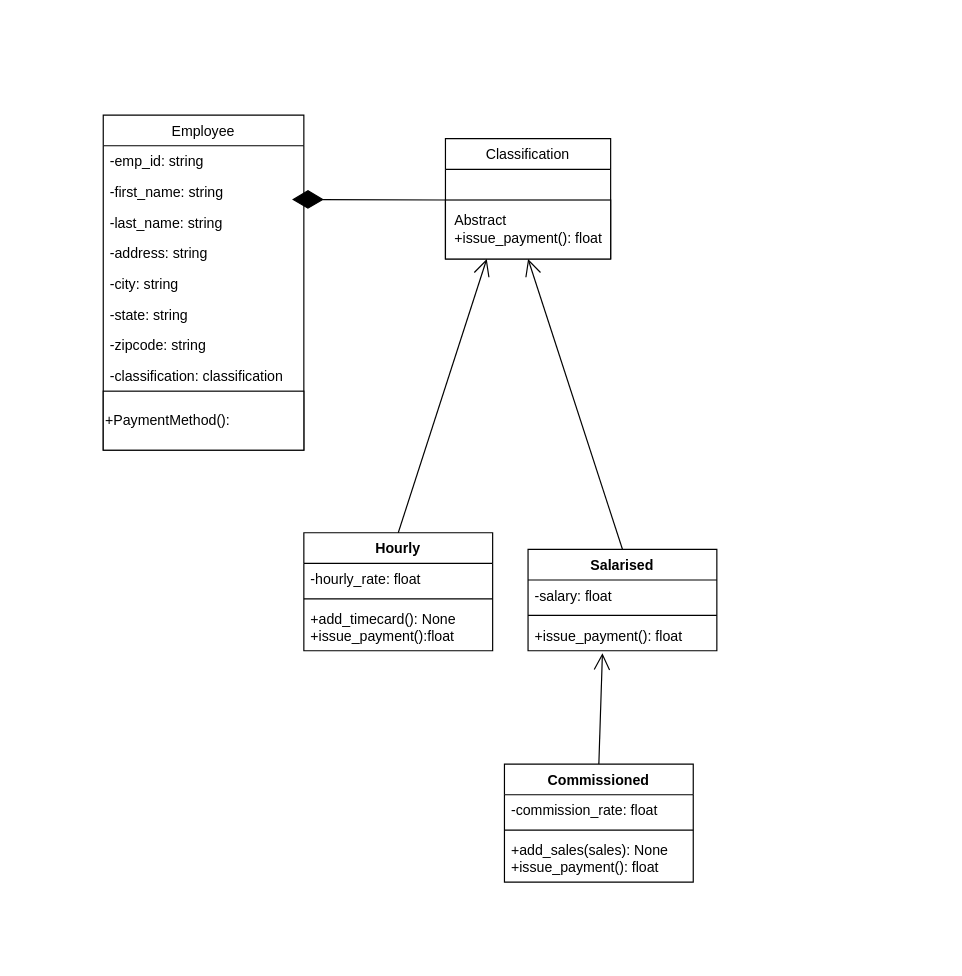
Before: Project5.drawio in ParkerThurston/CS1410, a draw.io diagram. Source tidied: cells renumbered, new cells numbered last; positions are measured from the earlier drawing's top-left corner, leaving out a move shared by most shapes. Both pictures are drawn from the tidied source at 118%, with x=0, y=0 at pixel (103, 114).
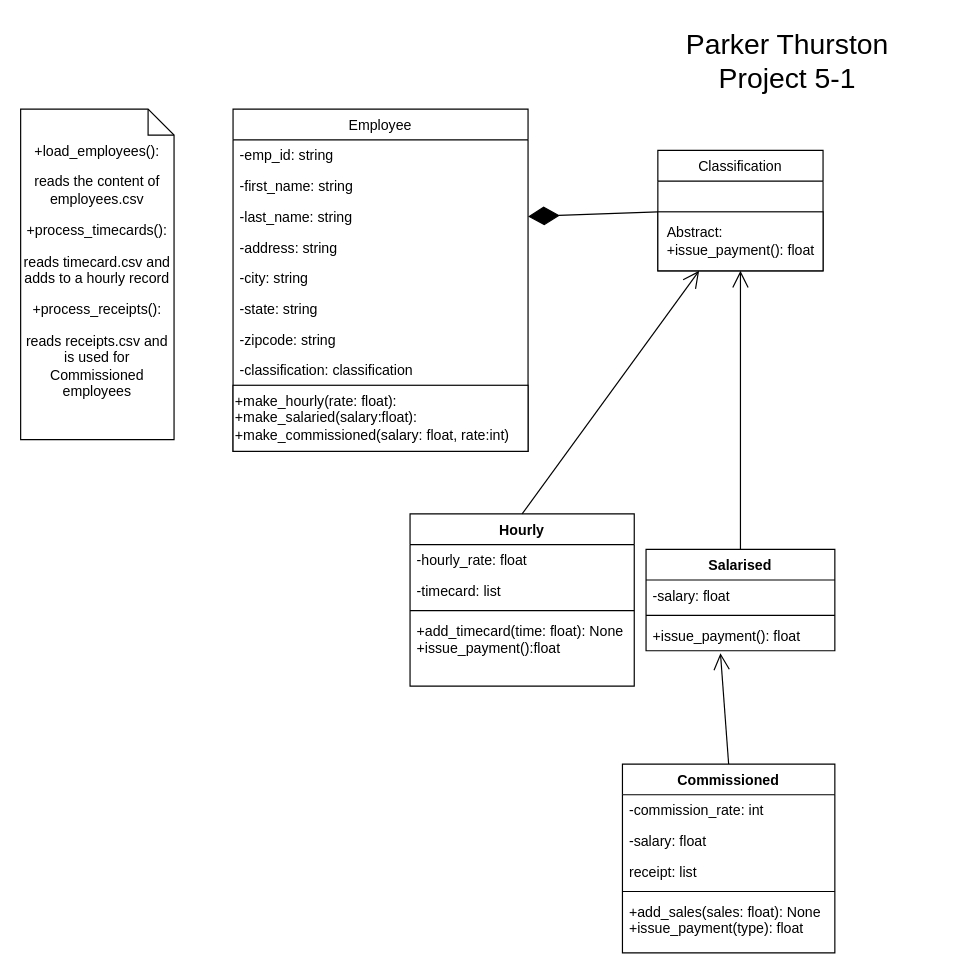
After the change.

What changed in the source:
```diff
@@
     <mxCell id="2" value="Employee" style="swimlane;fontStyle=0;horizontal=1;startSize=26;fillColor=none;" parent="1" vertex="1">
-      <mxGeometry width="170" height="284" as="geometry" />
+      <mxGeometry x="110" y="-5" width="250" height="290" as="geometry" />
     </mxCell>
     <mxCell id="3" value="-emp_id: string" style="text;strokeColor=none;fillColor=none;align=left;verticalAlign=top;spacingLeft=4;spacingRight=4;overflow=hidden;" parent="2" vertex="1">
-      <mxGeometry y="26" width="170" height="26" as="geometry" />
+      <mxGeometry y="26" width="250" height="26" as="geometry" />
     </mxCell>
     <mxCell id="4" value="-first_name: string" style="text;strokeColor=none;fillColor=none;align=left;verticalAlign=top;spacingLeft=4;spacingRight=4;overflow=hidden;" parent="2" vertex="1">
-      <mxGeometry y="52" width="170" height="26" as="geometry" />
+      <mxGeometry y="52" width="250" height="26" as="geometry" />
     </mxCell>
     <mxCell id="5" value="-last_name: string" style="text;strokeColor=none;fillColor=none;align=left;verticalAlign=top;spacingLeft=4;spacingRight=4;overflow=hidden;points=[[0,0.5],[1,0.5]];portConstraint=eastwest;" parent="2" vertex="1">
-      <mxGeometry y="78" width="170" height="26" as="geometry" />
+      <mxGeometry y="78" width="250" height="26" as="geometry" />
     </mxCell>
     <mxCell id="6" value="-address: string" style="text;strokeColor=none;fillColor=none;align=left;verticalAlign=top;spacingLeft=4;spacingRight=4;overflow=hidden;" parent="2" vertex="1">
-      <mxGeometry y="104" width="170" height="26" as="geometry" />
+      <mxGeometry y="104" width="250" height="26" as="geometry" />
     </mxCell>
     <mxCell id="7" value="-city: string" style="text;strokeColor=none;fillColor=none;align=left;verticalAlign=top;spacingLeft=4;spacingRight=4;overflow=hidden;" parent="2" vertex="1">
-      <mxGeometry y="130" width="170" height="26" as="geometry" />
+      <mxGeometry y="130" width="250" height="26" as="geometry" />
     </mxCell>
     <mxCell id="8" value="-state: string" style="text;strokeColor=none;fillColor=none;align=left;verticalAlign=top;spacingLeft=4;spacingRight=4;overflow=hidden;" parent="2" vertex="1">
-      <mxGeometry y="156" width="170" height="26" as="geometry" />
+      <mxGeometry y="156" width="250" height="26" as="geometry" />
     </mxCell>
     <mxCell id="9" value="-zipcode: string" style="text;strokeColor=none;fillColor=none;align=left;verticalAlign=top;spacingLeft=4;spacingRight=4;overflow=hidden;" parent="2" vertex="1">
-      <mxGeometry y="182" width="170" height="26" as="geometry" />
+      <mxGeometry y="182" width="250" height="26" as="geometry" />
     </mxCell>
     <mxCell id="10" value="-classification: classification" style="text;strokeColor=none;fillColor=none;align=left;verticalAlign=top;spacingLeft=4;spacingRight=4;overflow=hidden;" parent="2" vertex="1">
-      <mxGeometry y="208" width="170" height="26" as="geometry" />
+      <mxGeometry y="208" width="250" height="26" as="geometry" />
     </mxCell>
-    <mxCell id="11" value="&lt;div align=&quot;left&quot;&gt;+PaymentMethod():&lt;/div&gt;" style="html=1;align=left;" parent="2" vertex="1">
-      <mxGeometry y="234" width="170" height="50" as="geometry" />
+    <mxCell id="11" value="&lt;div&gt;&lt;font face=&quot;Helvetica&quot;&gt;+make_hourly(rate: float):&lt;/font&gt;&lt;/div&gt;&lt;div&gt;&lt;font face=&quot;Helvetica&quot;&gt;+make_salaried(salary:float):&lt;/font&gt;&lt;/div&gt;&lt;div&gt;&lt;font face=&quot;Helvetica&quot;&gt;+make_commissioned(salary: float, rate:int)&lt;br&gt;&lt;/font&gt;&lt;/div&gt;" style="html=1;align=left;" parent="2" vertex="1">
+      <mxGeometry y="234" width="250" height="56" as="geometry" />
     </mxCell>
-    <mxCell id="12" style="endArrow=diamondThin;endFill=1;endSize=24;html=1;" parent="1" edge="1">
-      <mxGeometry relative="1" as="geometry">
-        <mxPoint x="290" y="72" as="sourcePoint" />
-        <mxPoint x="160" y="71.5" as="targetPoint" />
-      </mxGeometry>
-    </mxCell>
     <mxCell id="13" value="Classification" style="swimlane;fontStyle=0;horizontal=1;startSize=26;fillColor=none;" parent="1" vertex="1">
-      <mxGeometry x="290" y="20" width="140" height="102" as="geometry" />
+      <mxGeometry x="470" y="30" width="140" height="102" as="geometry" />
     </mxCell>
@@
-    <mxCell id="15" value="&lt;div align=&quot;left&quot;&gt;Abstract&lt;br&gt;&lt;/div&gt;&lt;div align=&quot;left&quot;&gt;+issue_payment(): float&lt;/div&gt;" style="html=1;" parent="13" vertex="1">
+    <mxCell id="15" value="&lt;div align=&quot;left&quot;&gt;Abstract:&lt;br&gt;&lt;/div&gt;&lt;div align=&quot;left&quot;&gt;+issue_payment(): float&lt;/div&gt;" style="html=1;" parent="13" vertex="1">
       <mxGeometry y="52" width="140" height="50" as="geometry" />
     </mxCell>
     <mxCell id="16" value="Hourly" style="swimlane;fontStyle=1;align=center;verticalAlign=top;horizontal=1;startSize=26;" parent="1" vertex="1">
-      <mxGeometry x="170" y="354" width="160" height="100" as="geometry" />
+      <mxGeometry x="260" y="338" width="190" height="146" as="geometry" />
     </mxCell>
     <mxCell id="17" value="-hourly_rate: float" style="text;strokeColor=none;fillColor=none;align=left;verticalAlign=top;spacingLeft=4;spacingRight=4;overflow=hidden;" parent="16" vertex="1">
-      <mxGeometry y="26" width="160" height="26" as="geometry" />
+      <mxGeometry y="26" width="190" height="26" as="geometry" />
     </mxCell>
+    <mxCell id="31" value="-timecard: list" style="text;strokeColor=none;fillColor=none;align=left;verticalAlign=top;spacingLeft=4;spacingRight=4;overflow=hidden;" parent="16" vertex="1">
+      <mxGeometry y="52" width="190" height="26" as="geometry" />
+    </mxCell>
     <mxCell id="18" style="line;strokeWidth=1;fillColor=none;align=left;verticalAlign=middle;spacingTop=-1;spacingLeft=3;spacingRight=3;labelPosition=right;" parent="16" vertex="1">
-      <mxGeometry y="52" width="160" height="8" as="geometry" />
+      <mxGeometry y="78" width="190" height="8" as="geometry" />
     </mxCell>
-    <mxCell id="19" value="+add_timecard(): None&#10;+issue_payment():float&#10;" style="text;strokeColor=none;fillColor=none;align=left;verticalAlign=top;spacingLeft=4;spacingRight=4;overflow=hidden;" parent="16" vertex="1">
-      <mxGeometry y="60" width="160" height="40" as="geometry" />
+    <mxCell id="19" value="+add_timecard(time: float): None&#10;+issue_payment():float&#10;" style="text;strokeColor=none;fillColor=none;align=left;verticalAlign=top;spacingLeft=4;spacingRight=4;overflow=hidden;" parent="16" vertex="1">
+      <mxGeometry y="86" width="190" height="60" as="geometry" />
     </mxCell>
@@
     <mxCell id="21" value="Salarised" style="swimlane;fontStyle=1;align=center;verticalAlign=top;horizontal=1;startSize=26;" parent="1" vertex="1">
-      <mxGeometry x="360" y="368" width="160" height="86" as="geometry" />
+      <mxGeometry x="460" y="368" width="160" height="86" as="geometry" />
     </mxCell>
@@
     <mxCell id="27" value="Commissioned" style="swimlane;fontStyle=1;align=center;verticalAlign=top;horizontal=1;startSize=26;" parent="1" vertex="1">
-      <mxGeometry x="340" y="550" width="160" height="100" as="geometry" />
+      <mxGeometry x="440" y="550" width="180" height="160" as="geometry" />
     </mxCell>
-    <mxCell id="28" value="-commission_rate: float" style="text;strokeColor=none;fillColor=none;align=left;verticalAlign=top;spacingLeft=4;spacingRight=4;overflow=hidden;" parent="27" vertex="1">
-      <mxGeometry y="26" width="160" height="26" as="geometry" />
+    <mxCell id="28" value="-commission_rate: int&#10;" style="text;strokeColor=none;fillColor=none;align=left;verticalAlign=top;spacingLeft=4;spacingRight=4;overflow=hidden;" parent="27" vertex="1">
+      <mxGeometry y="26" width="180" height="26" as="geometry" />
     </mxCell>
+    <mxCell id="32" value="-salary: float" style="text;strokeColor=none;fillColor=none;align=left;verticalAlign=top;spacingLeft=4;spacingRight=4;overflow=hidden;" parent="27" vertex="1">
+      <mxGeometry y="52" width="180" height="26" as="geometry" />
+    </mxCell>
+    <mxCell id="33" value="receipt: list" style="text;strokeColor=none;fillColor=none;align=left;verticalAlign=top;spacingLeft=4;spacingRight=4;overflow=hidden;" parent="27" vertex="1">
+      <mxGeometry y="78" width="180" height="26" as="geometry" />
+    </mxCell>
     <mxCell id="29" style="line;strokeWidth=1;fillColor=none;align=left;verticalAlign=middle;spacingTop=-1;spacingLeft=3;spacingRight=3;labelPosition=right;" parent="27" vertex="1">
-      <mxGeometry y="52" width="160" height="8" as="geometry" />
+      <mxGeometry y="104" width="180" height="8" as="geometry" />
     </mxCell>
-    <mxCell id="30" value="+add_sales(sales): None&#10;+issue_payment(): float&#10;" style="text;strokeColor=none;fillColor=none;align=left;verticalAlign=top;spacingLeft=4;spacingRight=4;overflow=hidden;" parent="27" vertex="1">
-      <mxGeometry y="60" width="160" height="40" as="geometry" />
+    <mxCell id="30" value="+add_sales(sales: float): None&#10;+issue_payment(type): float&#10;" style="text;strokeColor=none;fillColor=none;align=left;verticalAlign=top;spacingLeft=4;spacingRight=4;overflow=hidden;" parent="27" vertex="1">
+      <mxGeometry y="112" width="180" height="48" as="geometry" />
     </mxCell>
+    <mxCell id="34" value="&lt;font face=&quot;Helvetica&quot;&gt;+load_employees():&lt;/font&gt;&lt;div&gt;&lt;p&gt;&lt;font face=&quot;Helvetica&quot;&gt; reads the content of employees.csv&lt;/font&gt;&lt;/p&gt;&lt;/div&gt;&lt;div&gt;&lt;p&gt;&lt;font face=&quot;Helvetica&quot;&gt;+process_timecards():&lt;/font&gt;&lt;/p&gt;&lt;p&gt;&lt;font face=&quot;Helvetica&quot;&gt; reads timecard.csv and adds to a hourly record&lt;br&gt;&lt;/font&gt;&lt;/p&gt;&lt;p&gt;&lt;font face=&quot;Helvetica&quot;&gt;+process_receipts():&lt;/font&gt;&lt;/p&gt;&lt;p&gt;&lt;font face=&quot;Helvetica&quot;&gt;reads receipts.csv &lt;/font&gt;&lt;font face=&quot;Helvetica&quot;&gt;and is used for Commissioned employees&lt;br&gt;&lt;/font&gt;&lt;/p&gt;&lt;/div&gt;&lt;div&gt;&lt;p&gt;&lt;font face=&quot;Helvetica&quot;&gt;&lt;br&gt;&lt;/font&gt;&lt;/p&gt;&lt;/div&gt;&lt;div&gt;&lt;p&gt;&lt;font face=&quot;Helvetica&quot;&gt;&lt;br&gt;&lt;/font&gt;&lt;/p&gt;&lt;/div&gt;" style="shape=note2;boundedLbl=1;whiteSpace=wrap;html=1;size=22;verticalAlign=top;align=center;" parent="1" vertex="1">
+      <mxGeometry x="-70" y="-5" width="130" height="280" as="geometry" />
+    </mxCell>
+    <mxCell id="12" style="endArrow=diamondThin;endFill=1;endSize=24;html=1;entryX=1;entryY=0.5;entryDx=0;entryDy=0;exitX=0;exitY=0;exitDx=0;exitDy=0;" parent="1" edge="1" source="15" target="5">
+      <mxGeometry relative="1" as="geometry" />
+    </mxCell>
+    <mxCell id="35" value="&lt;div style=&quot;font-size: 24px&quot;&gt;&lt;font style=&quot;font-size: 24px&quot;&gt;Parker Thurston&lt;/font&gt;&lt;/div&gt;&lt;div style=&quot;font-size: 24px&quot;&gt;&lt;font style=&quot;font-size: 24px&quot;&gt;Project 5-1&lt;br&gt;&lt;/font&gt;&lt;/div&gt;" style="text;html=1;strokeColor=none;fillColor=none;align=center;verticalAlign=middle;whiteSpace=wrap;rounded=0;" parent="1" vertex="1">
+      <mxGeometry x="450" y="-80" width="260" height="70" as="geometry" />
+    </mxCell>
```
